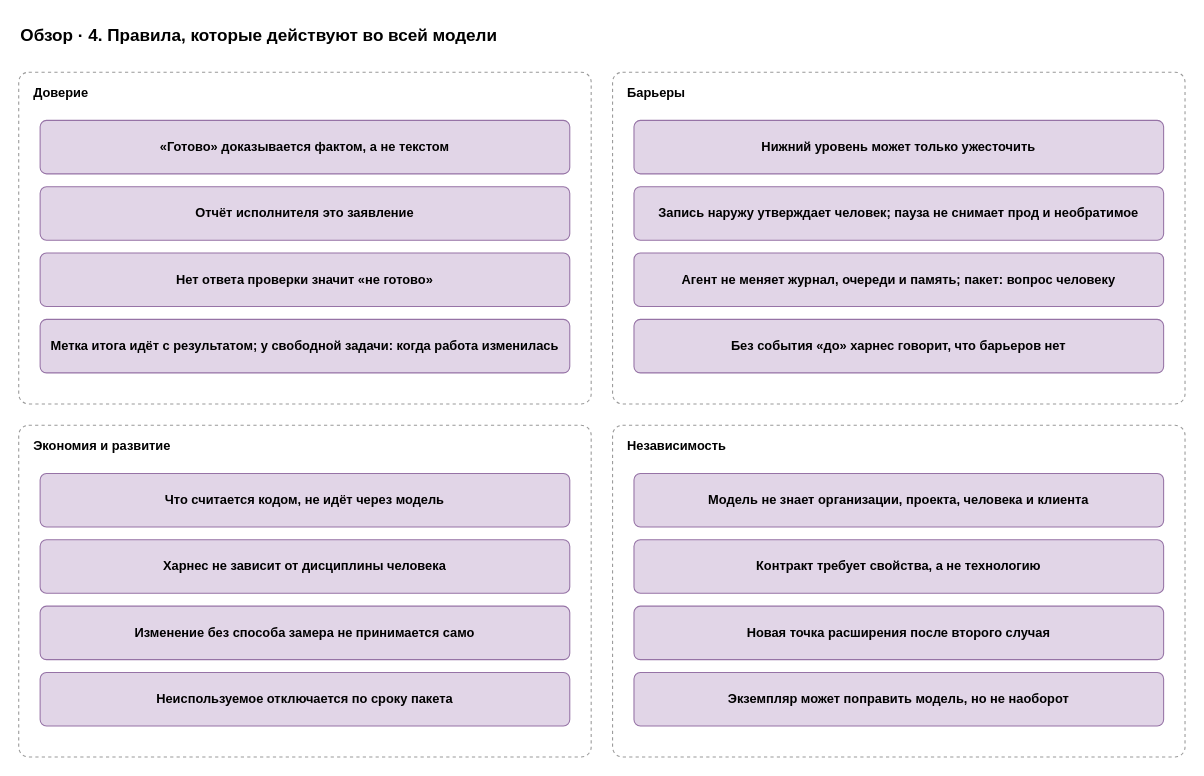
Before: page "2. Общие правила" (2 of 24) of docs/spec/harness-spec.drawio in roygkov/reins, a draw.io diagram. Source tidied: cells renumbered, new cells numbered last; positions are measured from the earlier drawing's top-left corner, leaving out a move shared by most shapes. Both pictures are drawn from the tidied source at 107%, with x=0, y=0 at pixel (18, 18).
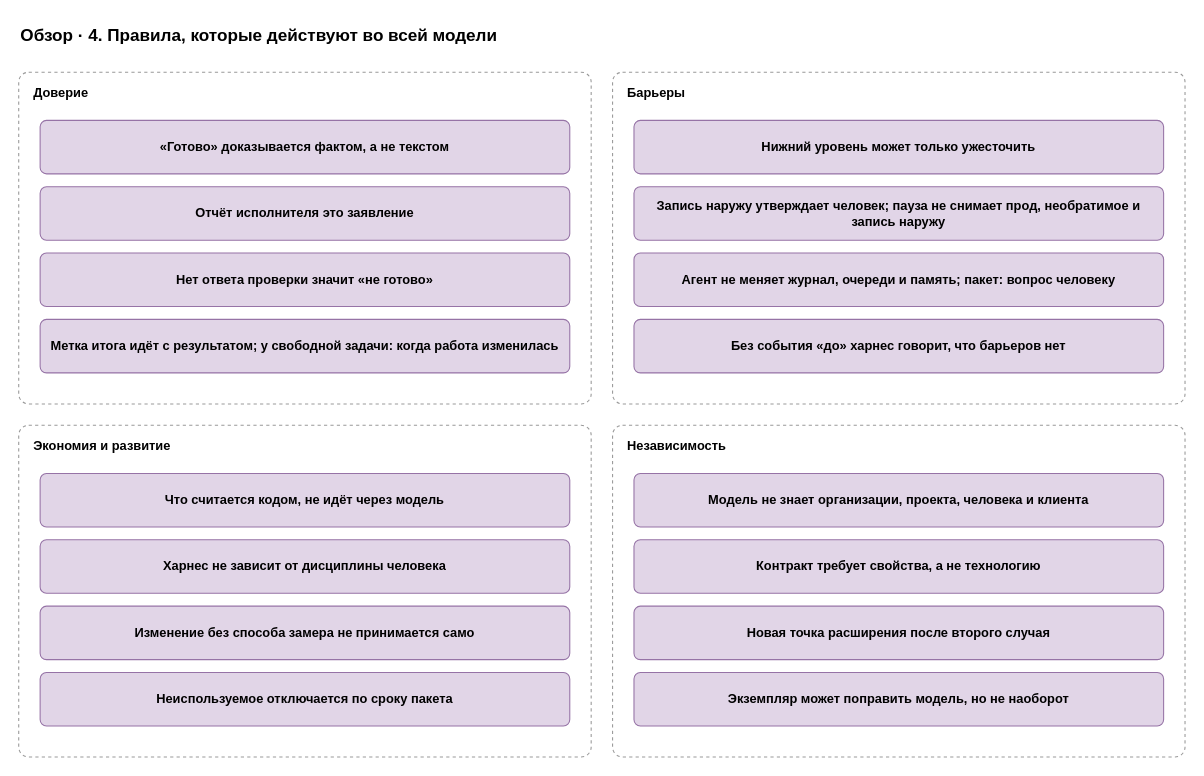
Above is the later version.

Diff of the diagram source:
```diff
@@
-    <mxCell id="10" value="&lt;b&gt;Запись наружу утверждает человек; пауза не снимает прод и необратимое&lt;/b&gt;" style="rounded=1;whiteSpace=wrap;html=1;fillColor=#e1d5e7;strokeColor=#9673a6;arcSize=12;" parent="1" vertex="1">
+    <mxCell id="10" value="&lt;b&gt;Запись наружу утверждает человек; пауза не снимает прод, необратимое и запись наружу&lt;/b&gt;" style="rounded=1;whiteSpace=wrap;html=1;fillColor=#e1d5e7;strokeColor=#9673a6;arcSize=12;" parent="1" vertex="1">
       <mxGeometry x="575" y="157" width="495" height="50" as="geometry" />
     </mxCell>
```
